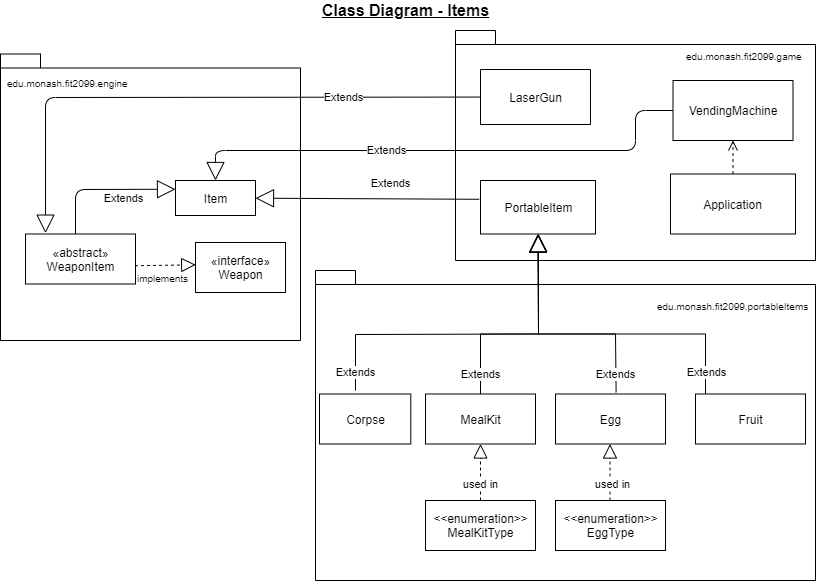
Before: assignment_workings/ClassDiagram - items.png, a diagram exported from draw.io (mltw/fit2099-jurassic-park-2021). Source tidied: cells renumbered, new cells last; positions are measured from the earlier drawing's top-left corner, leaving out a move shared by most shapes.
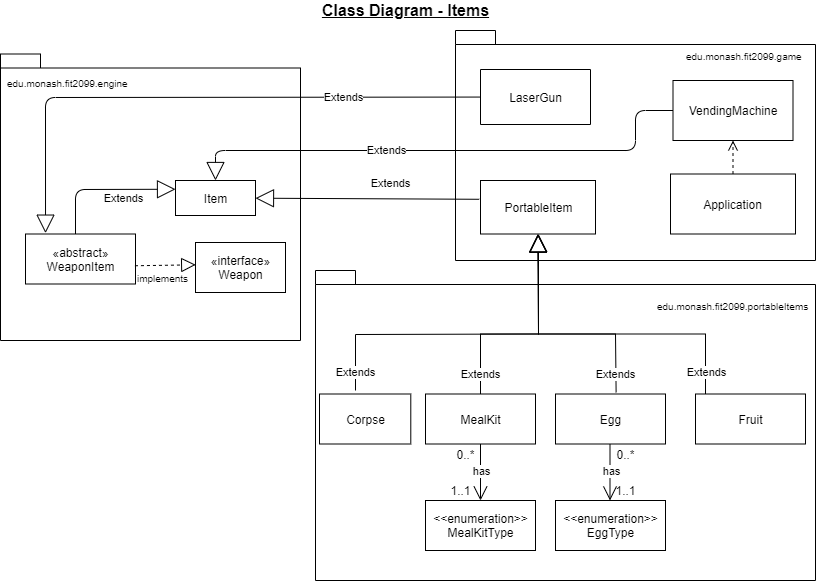
The same diagram one commit later.

What changed in the source:
```diff
@@ -103,23 +103,23 @@
     <mxCell id="24" value="&lt;font style=&quot;font-size: 12px&quot;&gt;&amp;lt;&amp;lt;enumeration&amp;gt;&amp;gt;&lt;br&gt;MealKitType&lt;br&gt;&lt;/font&gt;" style="html=1;fontSize=6;" parent="1" vertex="1">
       <mxGeometry x="425" y="500" width="110" height="50" as="geometry" />
     </mxCell>
-    <mxCell id="25" style="endArrow=block;dashed=1;endFill=0;endSize=12;html=1;entryX=0.5;entryY=1;entryDx=0;entryDy=0;" parent="1" edge="1" source="24" target="11">
+    <mxCell id="25" style="endArrow=open;endFill=0;endSize=12;html=1;exitX=0.5;exitY=1;exitDx=0;exitDy=0;" parent="1" edge="1" source="11" target="24">
       <mxGeometry x="605.2" y="156.7" as="geometry" />
     </mxCell>
-    <mxCell id="26" value="used in" style="edgeLabel;html=1;align=center;verticalAlign=middle;" parent="25" vertex="1">
+    <mxCell id="26" value="has" style="edgeLabel;html=1;align=center;verticalAlign=middle;" parent="25" vertex="1">
       <mxGeometry relative="1" as="geometry">
-        <mxPoint x="-1" y="11" as="offset" />
+        <mxPoint y="-1" as="offset" />
       </mxGeometry>
     </mxCell>
-    <mxCell id="27" style="endArrow=block;dashed=1;endFill=0;endSize=12;html=1;entryX=0.5;entryY=1;entryDx=0;entryDy=0;" parent="1" edge="1">
+    <mxCell id="27" style="endArrow=open;endFill=0;endSize=12;html=1;entryX=0.5;entryY=1;entryDx=0;entryDy=0;" parent="1" edge="1">
       <mxGeometry x="734.7" y="156.7" as="geometry">
-        <mxPoint x="609.5" y="500" as="sourcePoint" />
-        <mxPoint x="609.5" y="443.5" as="targetPoint" />
+        <mxPoint x="609.5" y="443.5" as="sourcePoint" />
+        <mxPoint x="609.5" y="500" as="targetPoint" />
       </mxGeometry>
     </mxCell>
-    <mxCell id="28" value="used in" style="edgeLabel;html=1;align=center;verticalAlign=middle;" parent="27" vertex="1">
+    <mxCell id="28" value="has" style="edgeLabel;html=1;align=center;verticalAlign=middle;" parent="27" vertex="1">
       <mxGeometry relative="1" as="geometry">
-        <mxPoint x="2" y="11" as="offset" />
+        <mxPoint x="1" y="-1" as="offset" />
       </mxGeometry>
     </mxCell>
     <mxCell id="29" value="&lt;span style=&quot;font-family: &amp;#34;helvetica&amp;#34; ; font-size: 10px ; text-align: center&quot;&gt;edu.monash.fit2099.portableItems&lt;/span&gt;" style="text;whiteSpace=wrap;html=1;" parent="1" vertex="1">
@@ -156,5 +156,17 @@
     <mxCell id="36" value="&lt;font style=&quot;font-size: 16px&quot;&gt;&lt;b&gt;&lt;u&gt;Class Diagram - Items&lt;/u&gt;&lt;/b&gt;&lt;/font&gt;" style="text;html=1;align=center;verticalAlign=middle;strokeColor=none;" parent="1" vertex="1">
       <mxGeometry x="315" width="180" height="20" as="geometry" />
     </mxCell>
+    <mxCell id="37" value="1..1" style="text;html=1;align=center;verticalAlign=middle;strokeColor=none;" parent="1" vertex="1">
+      <mxGeometry x="440" y="480" width="40" height="20" as="geometry" />
+    </mxCell>
+    <mxCell id="38" value="1..1" style="text;html=1;align=center;verticalAlign=middle;strokeColor=none;" parent="1" vertex="1">
+      <mxGeometry x="605" y="480" width="40" height="20" as="geometry" />
+    </mxCell>
+    <mxCell id="39" value="0..*" style="text;html=1;align=center;verticalAlign=middle;strokeColor=none;" parent="1" vertex="1">
+      <mxGeometry x="450" y="443.5" width="30" height="20" as="geometry" />
+    </mxCell>
+    <mxCell id="40" value="0..*" style="text;html=1;align=center;verticalAlign=middle;strokeColor=none;" parent="1" vertex="1">
+      <mxGeometry x="610" y="443.5" width="30" height="20" as="geometry" />
+    </mxCell>
   </root>
 </mxGraphModel>
```
